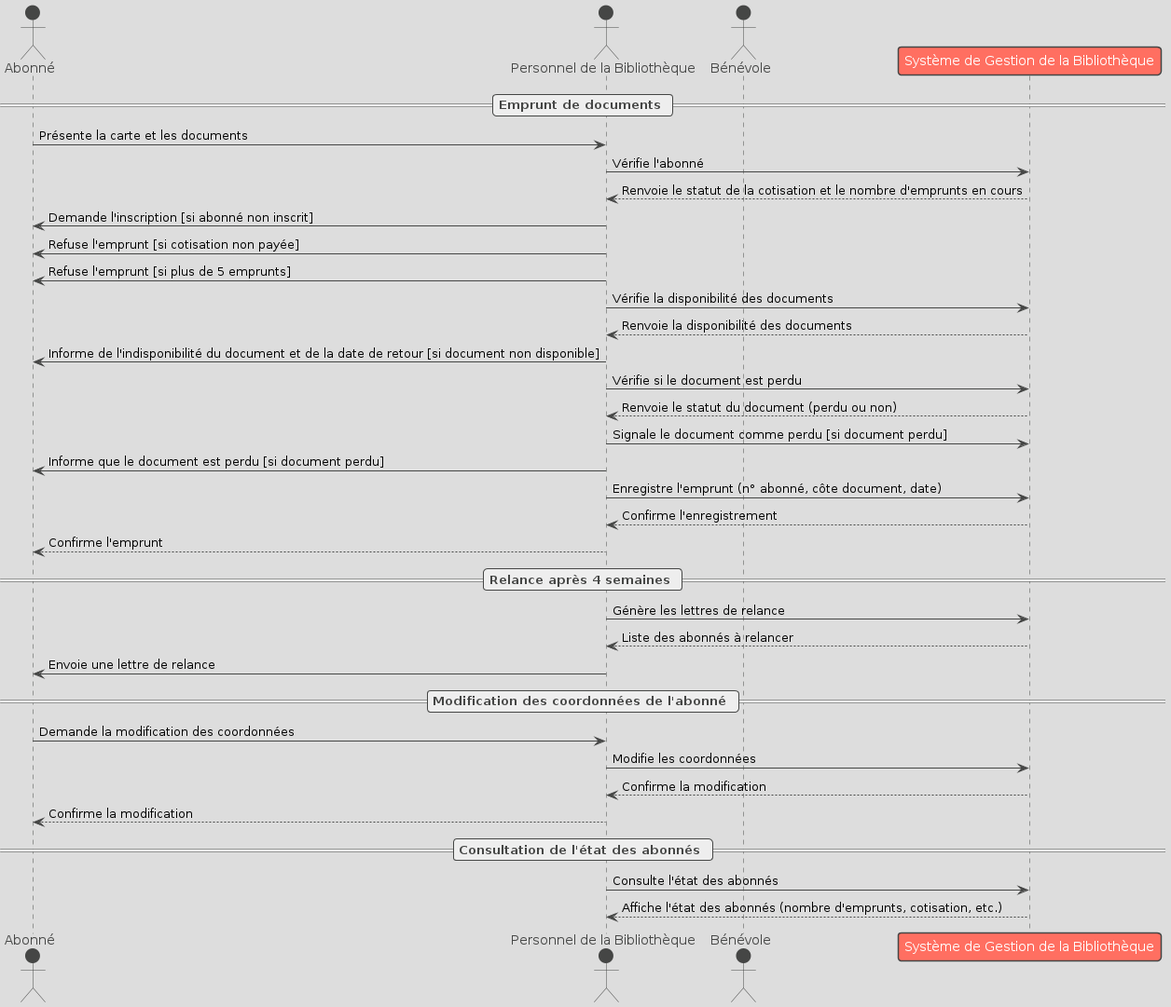
Earlier version of the PlantUML export asset/diagramme_sequence.png (clemence95/CDA24178).
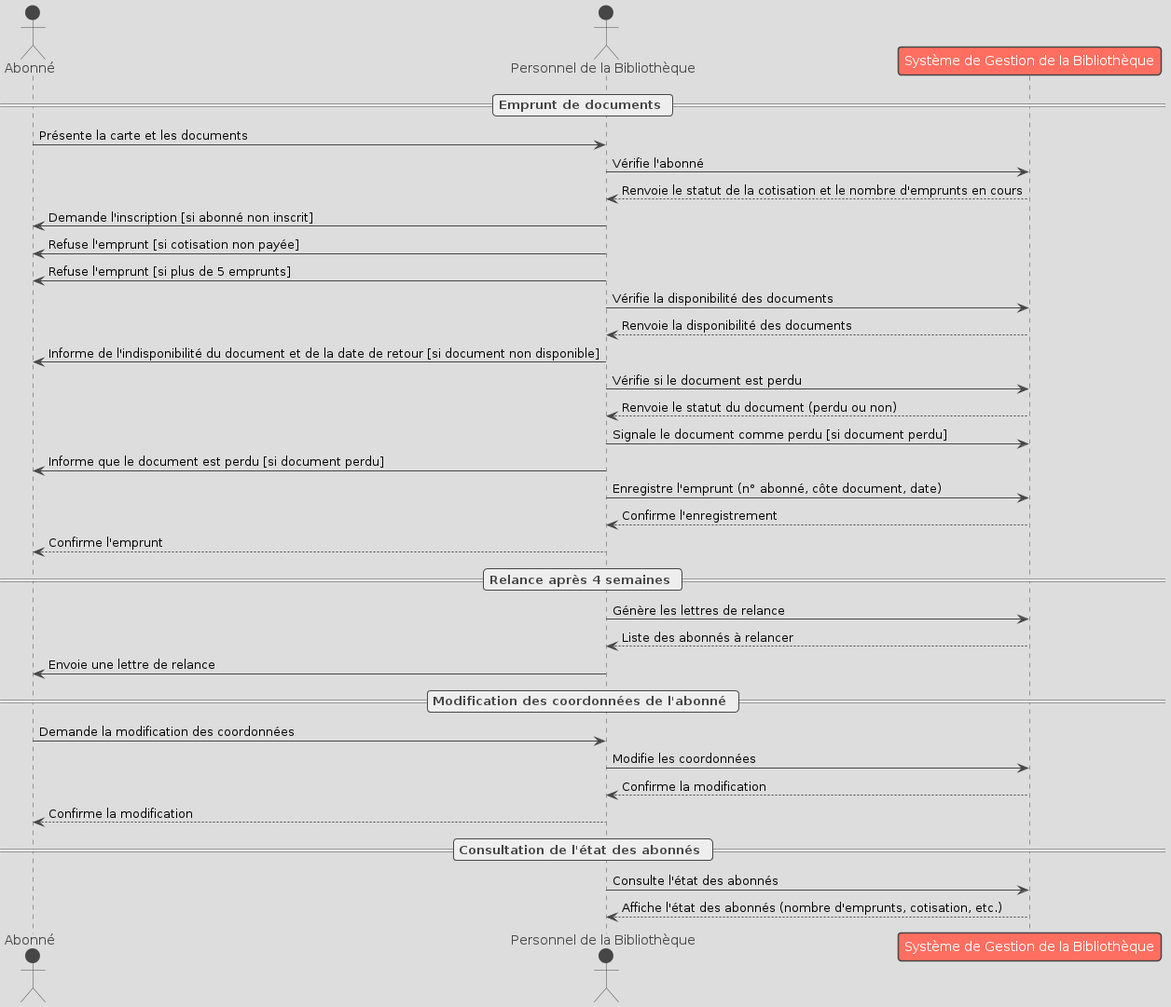
The same diagram one commit later.

Diff of the diagram source:
```diff
@@ -2,9 +2,7 @@
 !theme toy
 actor Abonné
 actor "Personnel de la Bibliothèque" as Bibliothecaire
-actor "Bénévole" as Benevole
 participant "Système de Gestion de la Bibliothèque" as Systeme
-
 
 == Emprunt de documents ==
 Abonné -> Bibliothecaire: Présente la carte et les documents
```
